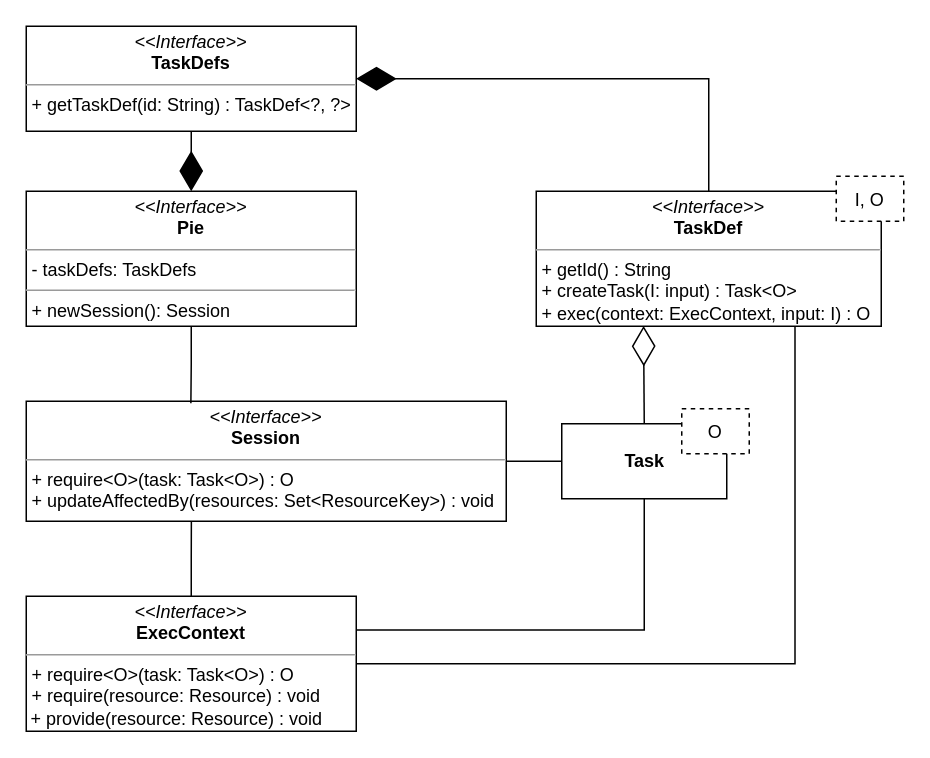
Before: page "PIE-UML" (13 of 14) of Spoofax3 Diagrams.drawio in AZWN/Spoofax-pie-diagrams, a draw.io diagram. Source tidied: cells renumbered, new cells numbered last; positions are measured from the earlier drawing's top-left corner, leaving out a move shared by most shapes. Both pictures are drawn from the tidied source at 150%, with x=0, y=0 at pixel (26, 26).
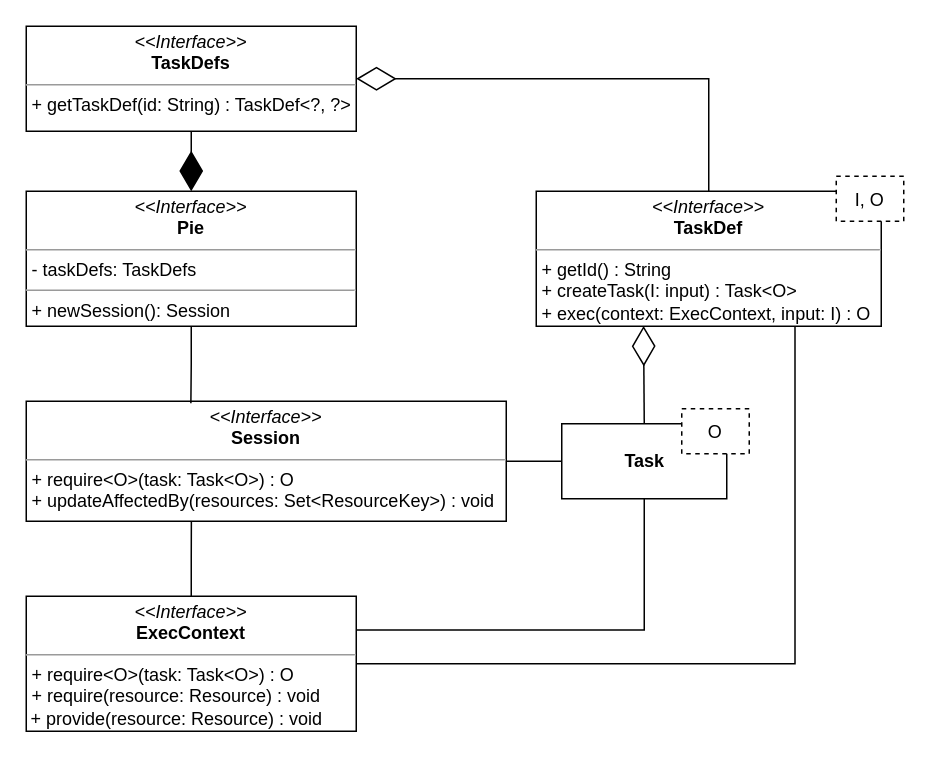
After the change.

Commit message:
Make TaskDef connection open

Change to the diagram source:
```diff
@@
 <mxGraphModel>
   <root>
     <mxCell id="0" />
     <mxCell id="1" parent="0" />
     <mxCell id="2" style="edgeStyle=orthogonalEdgeStyle;rounded=0;jettySize=auto;html=1;exitX=1;exitY=0.5;exitDx=0;exitDy=0;entryX=0;entryY=0.5;entryDx=0;entryDy=0;startArrow=none;startFill=0;endArrow=none;endFill=0;" parent="1" edge="1" source="3" target="11">
       <mxGeometry relative="1" as="geometry" />
     </mxCell>
     <mxCell id="3" value="&lt;p style=&quot;margin: 0px ; margin-top: 4px ; text-align: center&quot;&gt;&lt;i&gt;&amp;lt;&amp;lt;Interface&amp;gt;&amp;gt;&lt;/i&gt;&lt;br&gt;&lt;b&gt;Session&lt;/b&gt;&lt;/p&gt;&lt;hr size=&quot;1&quot;&gt;&lt;p style=&quot;margin: 0px ; margin-left: 4px&quot;&gt;&lt;/p&gt;&lt;p style=&quot;margin: 0px ; margin-left: 4px&quot;&gt;+ require&amp;lt;O&amp;gt;(task: Task&amp;lt;O&amp;gt;) : O&lt;br&gt;+ updateAffectedBy(resources: Set&amp;lt;ResourceKey&amp;gt;) : void&lt;/p&gt;" style="verticalAlign=top;align=left;overflow=fill;fontSize=12;fontFamily=Helvetica;html=1;" parent="1" vertex="1">
       <mxGeometry y="250" width="320" height="80" as="geometry" />
     </mxCell>
     <mxCell id="4" style="edgeStyle=orthogonalEdgeStyle;rounded=0;jettySize=auto;html=1;exitX=1;exitY=0.25;exitDx=0;exitDy=0;entryX=0.5;entryY=1;entryDx=0;entryDy=0;startArrow=none;startFill=0;endArrow=none;endFill=0;" parent="1" edge="1" source="7" target="11">
       <mxGeometry relative="1" as="geometry" />
     </mxCell>
     <mxCell id="5" style="edgeStyle=orthogonalEdgeStyle;rounded=0;jettySize=auto;html=1;exitX=1;exitY=0.5;exitDx=0;exitDy=0;entryX=0.75;entryY=1;entryDx=0;entryDy=0;startArrow=none;startFill=0;endArrow=none;endFill=0;" parent="1" edge="1" source="7" target="10">
       <mxGeometry relative="1" as="geometry" />
     </mxCell>
     <mxCell id="6" style="edgeStyle=orthogonalEdgeStyle;rounded=0;jettySize=auto;html=1;exitX=0.5;exitY=0;exitDx=0;exitDy=0;entryX=0.344;entryY=1;entryDx=0;entryDy=0;entryPerimeter=0;startArrow=none;startFill=0;endArrow=none;endFill=0;" parent="1" edge="1" source="7" target="3">
       <mxGeometry relative="1" as="geometry" />
     </mxCell>
     <mxCell id="7" value="&lt;p style=&quot;margin: 0px ; margin-top: 4px ; text-align: center&quot;&gt;&lt;i&gt;&amp;lt;&amp;lt;Interface&amp;gt;&amp;gt;&lt;/i&gt;&lt;br&gt;&lt;b&gt;ExecContext&lt;/b&gt;&lt;/p&gt;&lt;hr size=&quot;1&quot;&gt;&lt;p style=&quot;margin: 0px ; margin-left: 4px&quot;&gt;&lt;/p&gt;&lt;p style=&quot;margin: 0px ; margin-left: 4px&quot;&gt;+ require&amp;lt;O&amp;gt;(task: Task&amp;lt;O&amp;gt;) : O&lt;br&gt;+ require(resource: Resource) : void&lt;/p&gt;&amp;nbsp;+ provide(resource: Resource) : void" style="verticalAlign=top;align=left;overflow=fill;fontSize=12;fontFamily=Helvetica;html=1;" parent="1" vertex="1">
       <mxGeometry y="380" width="220" height="90" as="geometry" />
     </mxCell>
     <mxCell id="8" style="edgeStyle=orthogonalEdgeStyle;rounded=0;jettySize=auto;html=1;exitX=0.5;exitY=1;exitDx=0;exitDy=0;entryX=0.343;entryY=0.016;entryDx=0;entryDy=0;entryPerimeter=0;startArrow=none;startFill=0;endArrow=none;endFill=0;" parent="1" edge="1" source="9" target="3">
       <mxGeometry relative="1" as="geometry" />
     </mxCell>
     <mxCell id="9" value="&lt;p style=&quot;margin: 0px ; margin-top: 4px ; text-align: center&quot;&gt;&lt;i&gt;&amp;lt;&amp;lt;Interface&amp;gt;&amp;gt;&lt;/i&gt;&lt;br&gt;&lt;b&gt;Pie&lt;/b&gt;&lt;/p&gt;&lt;hr size=&quot;1&quot;&gt;&lt;p style=&quot;margin: 0px ; margin-left: 4px&quot;&gt;- taskDefs: TaskDefs&lt;br&gt;&lt;/p&gt;&lt;hr size=&quot;1&quot;&gt;&lt;p style=&quot;margin: 0px ; margin-left: 4px&quot;&gt;+ newSession(): Session&lt;/p&gt;" style="verticalAlign=top;align=left;overflow=fill;fontSize=12;fontFamily=Helvetica;html=1;" parent="1" vertex="1">
       <mxGeometry y="110" width="220" height="90" as="geometry" />
     </mxCell>
     <mxCell id="10" value="&lt;p style=&quot;margin: 0px ; margin-top: 4px ; text-align: center&quot;&gt;&lt;i&gt;&amp;lt;&amp;lt;Interface&amp;gt;&amp;gt;&lt;/i&gt;&lt;br&gt;&lt;b&gt;TaskDef&lt;/b&gt;&lt;/p&gt;&lt;hr size=&quot;1&quot;&gt;&lt;p style=&quot;margin: 0px ; margin-left: 4px&quot;&gt;&lt;/p&gt;&lt;p style=&quot;margin: 0px ; margin-left: 4px&quot;&gt;+ getId() : String&lt;br&gt;+ createTask(I: input) : Task&amp;lt;O&amp;gt;&lt;br&gt;+ exec(context: ExecContext, input: I) : O&lt;/p&gt;" style="verticalAlign=top;align=left;overflow=fill;fontSize=12;fontFamily=Helvetica;html=1;" parent="1" vertex="1">
       <mxGeometry x="340" y="110" width="230" height="90" as="geometry" />
     </mxCell>
     <mxCell id="11" value="&lt;b&gt;Task&lt;/b&gt;" style="html=1;" parent="1" vertex="1">
       <mxGeometry x="357" y="265" width="110" height="50" as="geometry" />
     </mxCell>
     <mxCell id="12" value="I, O" style="fontStyle=0;dashed=1;" parent="1" vertex="1">
       <mxGeometry x="540" y="100" width="45" height="30" as="geometry" />
     </mxCell>
     <mxCell id="13" value="O" style="fontStyle=0;dashed=1;" parent="1" vertex="1">
       <mxGeometry x="437" y="255" width="45" height="30" as="geometry" />
     </mxCell>
     <mxCell id="14" style="endArrow=diamondThin;endFill=0;endSize=24;html=1;entryX=0.311;entryY=0.998;entryDx=0;entryDy=0;exitX=0.5;exitY=0;exitDx=0;exitDy=0;entryPerimeter=0;" parent="1" edge="1" source="11" target="10">
       <mxGeometry relative="1" as="geometry" />
     </mxCell>
     <mxCell id="15" value="&lt;p style=&quot;margin: 0px ; margin-top: 4px ; text-align: center&quot;&gt;&lt;i&gt;&amp;lt;&amp;lt;Interface&amp;gt;&amp;gt;&lt;/i&gt;&lt;br&gt;&lt;b&gt;TaskDefs&lt;/b&gt;&lt;/p&gt;&lt;hr size=&quot;1&quot;&gt;&lt;p style=&quot;margin: 0px ; margin-left: 4px&quot;&gt;&lt;/p&gt;&lt;p style=&quot;margin: 0px ; margin-left: 4px&quot;&gt;+ &lt;span class=&quot;pl-en&quot;&gt;&lt;span class=&quot;pl-token&quot;&gt;getTaskDef&lt;/span&gt;&lt;/span&gt;(&lt;span class=&quot;pl-v&quot;&gt;id: &lt;/span&gt;&lt;span class=&quot;pl-smi&quot;&gt;String&lt;/span&gt;) : &lt;span class=&quot;pl-k&quot;&gt;TaskDef&amp;lt;?, ?&amp;gt;&lt;/span&gt; &lt;span class=&quot;pl-en&quot;&gt;&lt;span class=&quot;pl-token&quot;&gt;&lt;/span&gt;&lt;/span&gt;&lt;/p&gt;" style="verticalAlign=top;align=left;overflow=fill;fontSize=12;fontFamily=Helvetica;html=1;" parent="1" vertex="1">
       <mxGeometry width="220" height="70" as="geometry" />
     </mxCell>
     <mxCell id="16" style="endArrow=diamondThin;endFill=1;endSize=24;html=1;entryX=0.5;entryY=0;entryDx=0;entryDy=0;edgeStyle=orthogonalEdgeStyle;rounded=0;exitX=0.5;exitY=1;exitDx=0;exitDy=0;" parent="1" edge="1" source="15" target="9">
       <mxGeometry relative="1" as="geometry" />
     </mxCell>
-    <mxCell id="17" style="endArrow=diamondThin;endFill=1;endSize=24;html=1;entryX=1;entryY=0.5;entryDx=0;entryDy=0;exitX=0.5;exitY=0;exitDx=0;exitDy=0;edgeStyle=orthogonalEdgeStyle;rounded=0;" parent="1" edge="1" source="10" target="15">
+    <mxCell id="17" style="endArrow=diamondThin;endFill=0;endSize=24;html=1;entryX=1;entryY=0.5;entryDx=0;entryDy=0;exitX=0.5;exitY=0;exitDx=0;exitDy=0;edgeStyle=orthogonalEdgeStyle;rounded=0;" parent="1" edge="1" source="10" target="15">
       <mxGeometry relative="1" as="geometry" />
     </mxCell>
   </root>
 </mxGraphModel>
```
